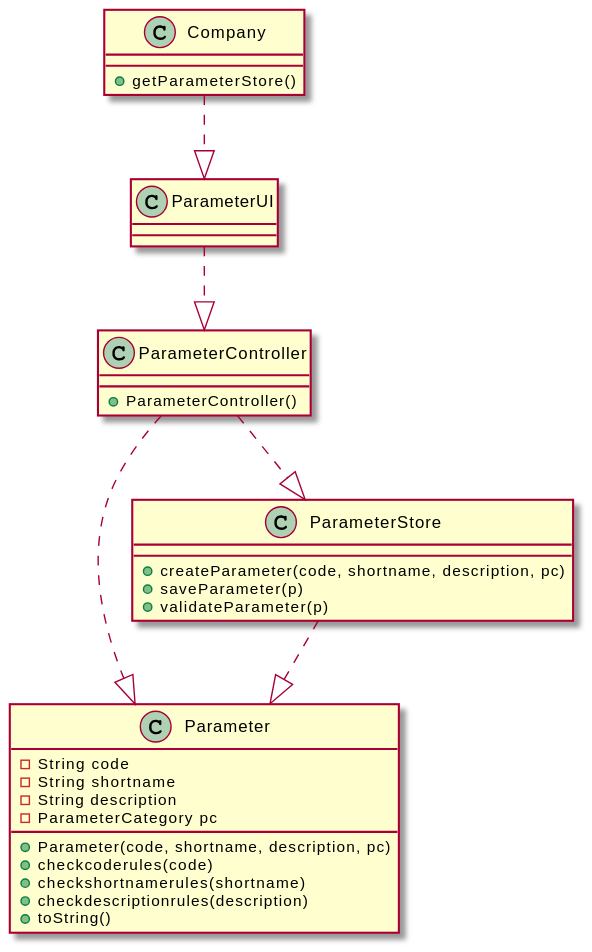
RuiRioPina/LAPR2-20-21 keeps this PlantUML diagram as docs/SprintB/US_10/US10_CD.svg. Above is the earlier version.
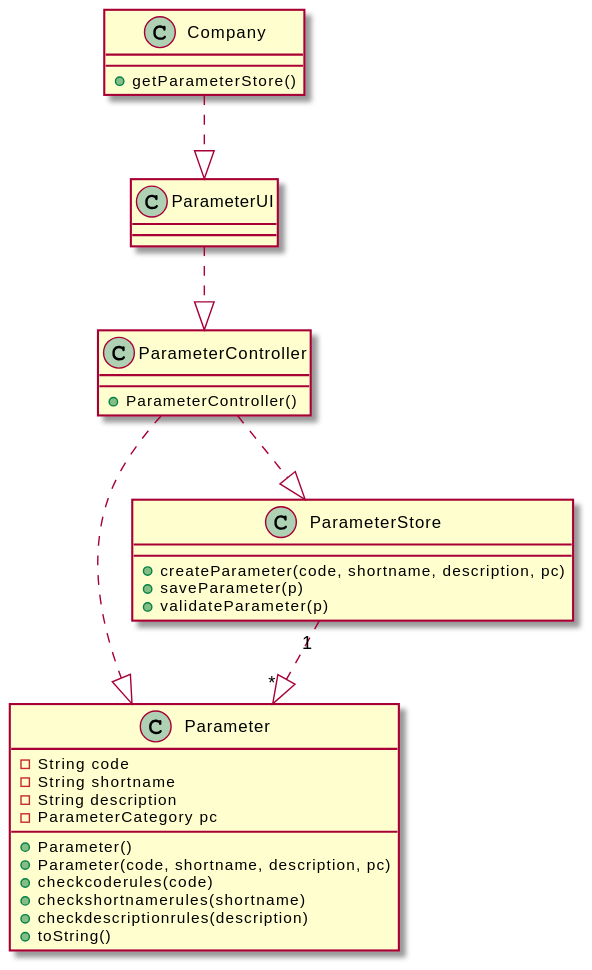
The same file after the commit.

Diff of the diagram source:
```diff
@@ -7,6 +7,7 @@
 -String shortname
 -String description
 -ParameterCategory pc
++Parameter()
 +Parameter(code, shortname, description, pc)
 +checkcoderules(code)
 +checkshortnamerules(shortname)
@@ -29,5 +30,5 @@
 ParameterUI ..|> ParameterController
 ParameterController ..|> ParameterStore
 ParameterController ..|> Parameter
-ParameterStore ..|> Parameter
+ParameterStore "1" ..|> "*"Parameter
 @enduml
```
